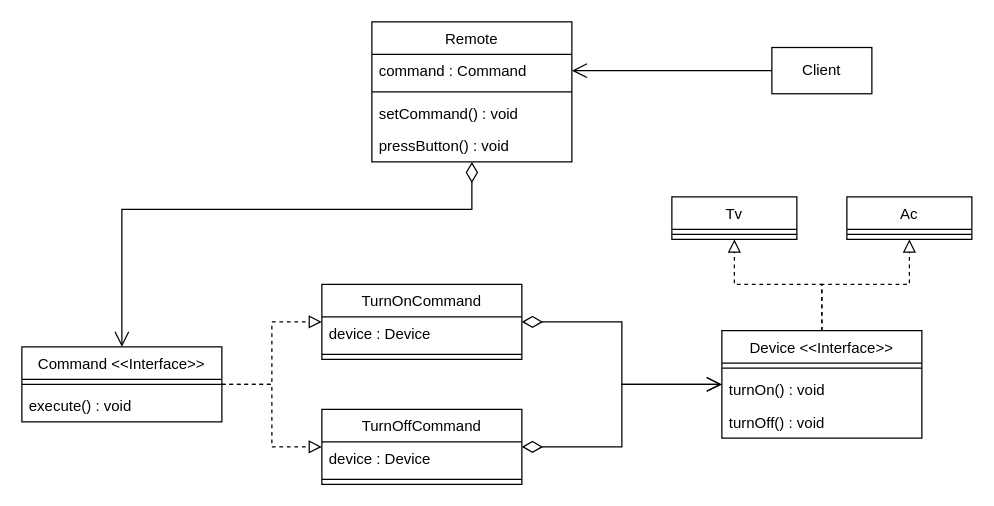
rishabmamgai/LLD keeps this draw.io diagram as umls/Command.drawio. Above is the earlier version. Source tidied: cells renumbered, new cells numbered last; positions are measured from the earlier drawing's top-left corner, leaving out a move shared by most shapes. Both pictures are drawn from the tidied source at 125%, with x=0, y=0 at pixel (21, 21).
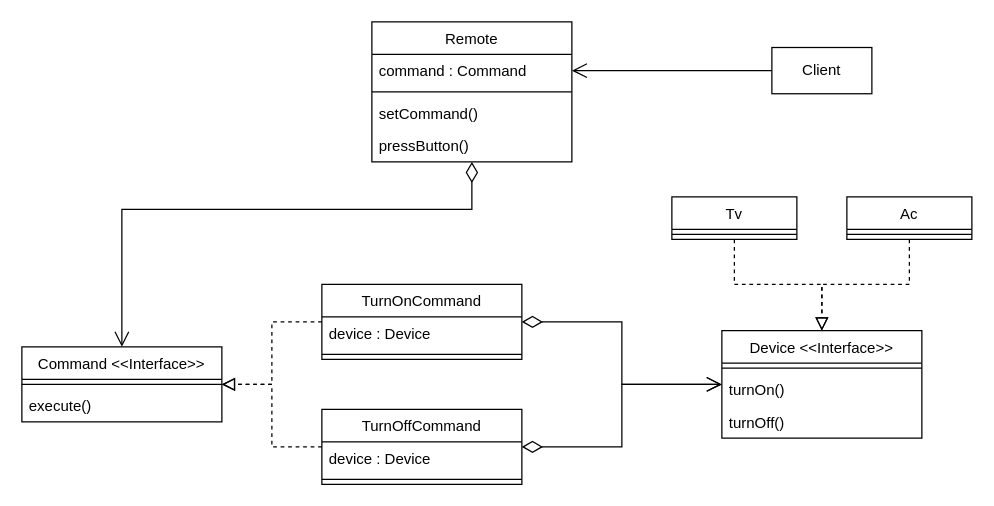
After the change.

Unchanged cells that the change refers to:
```xml
<mxCell id="2" value="TurnOnCommand" style="swimlane;fontStyle=0;align=center;verticalAlign=top;horizontal=1;startSize=26;rounded=0;shadow=0;strokeWidth=1;" parent="1" vertex="1">
  <mxGeometry x="240" y="210" width="160" height="60" as="geometry" />
</mxCell>
<mxCell id="5" value="Remote" style="swimlane;fontStyle=0;align=center;verticalAlign=top;horizontal=1;startSize=26;rounded=0;shadow=0;strokeWidth=1;" parent="1" vertex="1">
  <mxGeometry x="280" width="160" height="112" as="geometry" />
</mxCell>
<mxCell id="10" value="Command &lt;&lt;Interface&gt;&gt;" style="swimlane;fontStyle=0;align=center;verticalAlign=top;horizontal=1;startSize=26;rounded=0;shadow=0;strokeWidth=1;" parent="1" vertex="1">
  <mxGeometry y="260" width="160" height="60" as="geometry" />
</mxCell>
<mxCell id="13" value="TurnOffCommand" style="swimlane;fontStyle=0;align=center;verticalAlign=top;horizontal=1;startSize=26;rounded=0;shadow=0;strokeWidth=1;" parent="1" vertex="1">
  <mxGeometry x="240" y="310" width="160" height="60" as="geometry" />
</mxCell>
<mxCell id="16" value="Device &lt;&lt;Interface&gt;&gt;" style="swimlane;fontStyle=0;align=center;verticalAlign=top;horizontal=1;startSize=26;rounded=0;shadow=0;strokeWidth=1;" parent="1" vertex="1">
  <mxGeometry x="560" y="247" width="160" height="86" as="geometry" />
</mxCell>
<mxCell id="20" value="Tv" style="swimlane;fontStyle=0;align=center;verticalAlign=top;horizontal=1;startSize=26;rounded=0;shadow=0;strokeWidth=1;" parent="1" vertex="1">
  <mxGeometry x="520" y="140" width="100" height="34" as="geometry" />
</mxCell>
<mxCell id="22" value="Ac" style="swimlane;fontStyle=0;align=center;verticalAlign=top;horizontal=1;startSize=26;rounded=0;shadow=0;strokeWidth=1;" parent="1" vertex="1">
  <mxGeometry x="660" y="140" width="100" height="34" as="geometry" />
</mxCell>
```

Diff of the diagram source:
```diff
@@
-    <mxCell id="8" value="setCommand() : void" style="text;align=left;verticalAlign=top;spacingLeft=4;spacingRight=4;overflow=hidden;" parent="5" vertex="1">
+    <mxCell id="8" value="setCommand()" style="text;align=left;verticalAlign=top;spacingLeft=4;spacingRight=4;overflow=hidden;" parent="5" vertex="1">
       <mxGeometry y="60" width="160" height="26" as="geometry" />
     </mxCell>
-    <mxCell id="9" value="pressButton() : void" style="text;align=left;verticalAlign=top;spacingLeft=4;spacingRight=4;overflow=hidden;" parent="5" vertex="1">
+    <mxCell id="9" value="pressButton()" style="text;align=left;verticalAlign=top;spacingLeft=4;spacingRight=4;overflow=hidden;" parent="5" vertex="1">
       <mxGeometry y="86" width="160" height="26" as="geometry" />
     </mxCell>
@@
-    <mxCell id="12" value="execute() : void" style="text;align=left;verticalAlign=top;spacingLeft=4;spacingRight=4;overflow=hidden;" parent="10" vertex="1">
+    <mxCell id="12" value="execute()" style="text;align=left;verticalAlign=top;spacingLeft=4;spacingRight=4;overflow=hidden;" parent="10" vertex="1">
       <mxGeometry y="34" width="160" height="26" as="geometry" />
     </mxCell>
@@
-    <mxCell id="18" value="turnOn() : void" style="text;align=left;verticalAlign=top;spacingLeft=4;spacingRight=4;overflow=hidden;" parent="16" vertex="1">
+    <mxCell id="18" value="turnOn()" style="text;align=left;verticalAlign=top;spacingLeft=4;spacingRight=4;overflow=hidden;" parent="16" vertex="1">
       <mxGeometry y="34" width="160" height="26" as="geometry" />
     </mxCell>
-    <mxCell id="19" value="turnOff() : void" style="text;align=left;verticalAlign=top;spacingLeft=4;spacingRight=4;overflow=hidden;" parent="16" vertex="1">
+    <mxCell id="19" value="turnOff()" style="text;align=left;verticalAlign=top;spacingLeft=4;spacingRight=4;overflow=hidden;" parent="16" vertex="1">
       <mxGeometry y="60" width="160" height="26" as="geometry" />
     </mxCell>
@@
-    <mxCell id="24" style="endArrow=block;html=1;rounded=0;exitX=0.5;exitY=0;exitDx=0;exitDy=0;endFill=0;endSize=8;entryX=0.5;entryY=1;entryDx=0;entryDy=0;dashed=1;" parent="1" edge="1" source="16" target="20">
+    <mxCell id="24" style="endArrow=block;html=1;rounded=0;exitX=0.5;exitY=1;exitDx=0;exitDy=0;endFill=0;endSize=8;dashed=1;entryX=0.5;entryY=0;entryDx=0;entryDy=0;" parent="1" edge="1" source="20" target="16">
       <mxGeometry relative="1" as="geometry">
         <Array as="points">
+          <mxPoint x="570" y="210" />
           <mxPoint x="640" y="210" />
-          <mxPoint x="570" y="210" />
         </Array>
       </mxGeometry>
     </mxCell>
-    <mxCell id="25" style="endArrow=block;html=1;rounded=0;endFill=0;endSize=8;exitX=0.5;exitY=0;exitDx=0;exitDy=0;entryX=0.5;entryY=1;entryDx=0;entryDy=0;dashed=1;" parent="1" edge="1" source="16" target="22">
+    <mxCell id="25" style="endArrow=block;html=1;rounded=0;endFill=0;endSize=8;dashed=1;entryX=0.5;entryY=0;entryDx=0;entryDy=0;exitX=0.5;exitY=1;exitDx=0;exitDy=0;" parent="1" edge="1" source="22" target="16">
       <mxGeometry relative="1" as="geometry">
         <Array as="points">
+          <mxPoint x="710" y="210" />
           <mxPoint x="640" y="210" />
-          <mxPoint x="710" y="210" />
         </Array>
       </mxGeometry>
     </mxCell>
-    <mxCell id="26" style="endArrow=block;html=1;rounded=0;endFill=0;endSize=8;exitX=1;exitY=0.5;exitDx=0;exitDy=0;entryX=0;entryY=0.5;entryDx=0;entryDy=0;dashed=1;" parent="1" edge="1" source="10" target="2">
+    <mxCell id="26" style="endArrow=block;html=1;rounded=0;endFill=0;endSize=8;entryX=1;entryY=0.5;entryDx=0;entryDy=0;dashed=1;exitX=0;exitY=0.5;exitDx=0;exitDy=0;" parent="1" edge="1" source="2" target="10">
       <mxGeometry relative="1" as="geometry">
         <Array as="points">
+          <mxPoint x="200" y="240" />
           <mxPoint x="200" y="290" />
-          <mxPoint x="200" y="240" />
         </Array>
       </mxGeometry>
     </mxCell>
-    <mxCell id="27" style="endArrow=block;html=1;rounded=0;endFill=0;endSize=8;exitX=1;exitY=0.5;exitDx=0;exitDy=0;entryX=0;entryY=0.5;entryDx=0;entryDy=0;dashed=1;" parent="1" edge="1" source="10" target="13">
+    <mxCell id="27" style="endArrow=block;html=1;rounded=0;endFill=0;endSize=8;exitX=0;exitY=0.5;exitDx=0;exitDy=0;dashed=1;entryX=1;entryY=0.5;entryDx=0;entryDy=0;" parent="1" edge="1" source="13" target="10">
       <mxGeometry relative="1" as="geometry">
         <Array as="points">
+          <mxPoint x="200" y="340" />
           <mxPoint x="200" y="290" />
-          <mxPoint x="200" y="340" />
         </Array>
       </mxGeometry>
     </mxCell>
```
